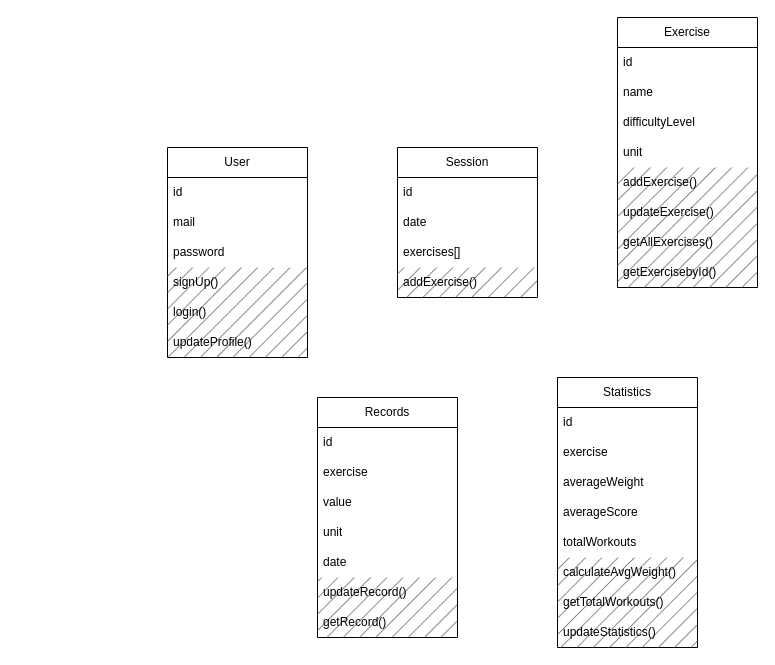
Above: _ressources/UML_diagrams/class.dio in FlorenceBuchelet/workout_diary (draw.io), before the change. Source tidied: cells renumbered, new cells numbered last; positions are measured from the earlier drawing's top-left corner, leaving out a move shared by most shapes. Both pictures are drawn from the tidied source at 100%, with x=0, y=0 at pixel (167, 17).
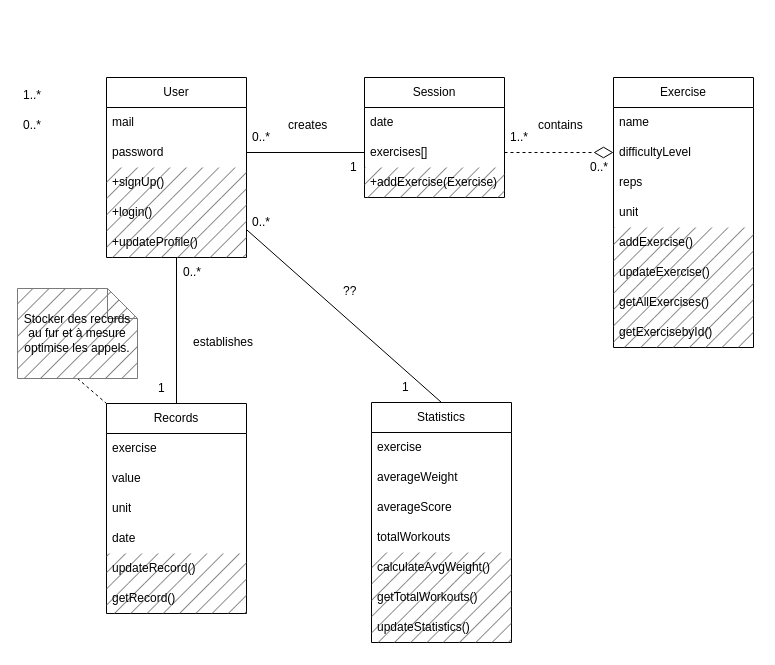
The same diagram, later.

Commit message (it also covers changes not shown here):
work on UML class diagram

The edit, as a diff of the source:
```diff
@@
+    <mxCell id="40" style="edgeStyle=none;html=1;entryX=0.5;entryY=0;entryDx=0;entryDy=0;endArrow=none;endFill=0;" parent="1" edge="1" source="2" target="23">
+      <mxGeometry relative="1" as="geometry" />
+    </mxCell>
+    <mxCell id="41" style="edgeStyle=none;html=1;entryX=0.5;entryY=0;entryDx=0;entryDy=0;endArrow=none;endFill=0;" parent="1" edge="1" source="2" target="31">
+      <mxGeometry relative="1" as="geometry" />
+    </mxCell>
     <mxCell id="2" value="User" style="swimlane;fontStyle=0;horizontal=1;startSize=30;whiteSpace=wrap;html=1;" parent="1" vertex="1">
-      <mxGeometry y="130" width="140" height="210" as="geometry" />
+      <mxGeometry x="-61" y="60" width="140" height="180" as="geometry" />
     </mxCell>
-    <mxCell id="3" value="id" style="text;strokeColor=none;fillColor=none;align=left;verticalAlign=middle;spacingLeft=4;spacingRight=4;overflow=hidden;whiteSpace=wrap;html=1;" parent="2" vertex="1">
-      <mxGeometry y="30" width="140" height="30" as="geometry" />
-    </mxCell>
     <mxCell id="4" value="mail" style="text;strokeColor=none;fillColor=none;align=left;verticalAlign=middle;spacingLeft=4;spacingRight=4;overflow=hidden;whiteSpace=wrap;html=1;" parent="2" vertex="1">
-      <mxGeometry y="60" width="140" height="30" as="geometry" />
+      <mxGeometry y="30" width="140" height="30" as="geometry" />
     </mxCell>
     <mxCell id="5" value="password" style="text;strokeColor=none;fillColor=none;align=left;verticalAlign=middle;spacingLeft=4;spacingRight=4;overflow=hidden;points=[[0,0.5],[1,0.5]];portConstraint=eastwest;whiteSpace=wrap;html=1;" parent="2" vertex="1">
-      <mxGeometry y="90" width="140" height="30" as="geometry" />
+      <mxGeometry y="60" width="140" height="30" as="geometry" />
     </mxCell>
-    <mxCell id="6" value="signUp()" style="text;align=left;verticalAlign=middle;spacingLeft=4;spacingRight=4;overflow=hidden;whiteSpace=wrap;html=1;fillColor=#666666;fillStyle=hatch;" parent="2" vertex="1">
-      <mxGeometry y="120" width="140" height="30" as="geometry" />
+    <mxCell id="6" value="+signUp()" style="text;align=left;verticalAlign=middle;spacingLeft=4;spacingRight=4;overflow=hidden;whiteSpace=wrap;html=1;fillColor=#666666;fillStyle=hatch;" parent="2" vertex="1">
+      <mxGeometry y="90" width="140" height="30" as="geometry" />
     </mxCell>
-    <mxCell id="7" value="login()" style="text;align=left;verticalAlign=middle;spacingLeft=4;spacingRight=4;overflow=hidden;whiteSpace=wrap;html=1;fillColor=#666666;fillStyle=hatch;" parent="2" vertex="1">
-      <mxGeometry y="150" width="140" height="30" as="geometry" />
+    <mxCell id="7" value="+login()" style="text;align=left;verticalAlign=middle;spacingLeft=4;spacingRight=4;overflow=hidden;whiteSpace=wrap;html=1;fillColor=#666666;fillStyle=hatch;" parent="2" vertex="1">
+      <mxGeometry y="120" width="140" height="30" as="geometry" />
     </mxCell>
-    <mxCell id="8" value="updateProfile()" style="text;align=left;verticalAlign=middle;spacingLeft=4;spacingRight=4;overflow=hidden;whiteSpace=wrap;html=1;fillColor=#666666;fillStyle=hatch;" parent="2" vertex="1">
-      <mxGeometry y="180" width="140" height="30" as="geometry" />
+    <mxCell id="8" value="+updateProfile()" style="text;align=left;verticalAlign=middle;spacingLeft=4;spacingRight=4;overflow=hidden;whiteSpace=wrap;html=1;fillColor=#666666;fillStyle=hatch;" parent="2" vertex="1">
+      <mxGeometry y="150" width="140" height="30" as="geometry" />
     </mxCell>
     <mxCell id="9" value="Exercise" style="swimlane;fontStyle=0;horizontal=1;startSize=30;whiteSpace=wrap;html=1;" parent="1" vertex="1">
-      <mxGeometry x="450" width="140" height="270" as="geometry" />
+      <mxGeometry x="446" y="60" width="140" height="270" as="geometry" />
     </mxCell>
-    <mxCell id="10" value="id" style="text;strokeColor=none;fillColor=none;align=left;verticalAlign=middle;spacingLeft=4;spacingRight=4;overflow=hidden;whiteSpace=wrap;html=1;" parent="9" vertex="1">
-      <mxGeometry y="30" width="140" height="30" as="geometry" />
-    </mxCell>
     <mxCell id="11" value="name" style="text;strokeColor=none;fillColor=none;align=left;verticalAlign=middle;spacingLeft=4;spacingRight=4;overflow=hidden;whiteSpace=wrap;html=1;" parent="9" vertex="1">
-      <mxGeometry y="60" width="140" height="30" as="geometry" />
+      <mxGeometry y="30" width="140" height="30" as="geometry" />
     </mxCell>
     <mxCell id="12" value="difficultyLevel" style="text;strokeColor=none;fillColor=none;align=left;verticalAlign=middle;spacingLeft=4;spacingRight=4;overflow=hidden;points=[[0,0.5],[1,0.5]];portConstraint=eastwest;whiteSpace=wrap;html=1;" parent="9" vertex="1">
-      <mxGeometry y="90" width="140" height="30" as="geometry" />
+      <mxGeometry y="60" width="140" height="30" as="geometry" />
     </mxCell>
+    <mxCell id="42" value="reps" style="text;strokeColor=none;fillColor=none;align=left;verticalAlign=middle;spacingLeft=4;spacingRight=4;overflow=hidden;whiteSpace=wrap;html=1;" parent="9" vertex="1">
+      <mxGeometry y="90" width="140" height="30" as="geometry" />
+    </mxCell>
@@
     <mxCell id="18" value="Session" style="swimlane;fontStyle=0;horizontal=1;startSize=30;whiteSpace=wrap;html=1;" parent="1" vertex="1">
-      <mxGeometry x="230" y="130" width="140" height="150" as="geometry" />
+      <mxGeometry x="197" y="60" width="140" height="120" as="geometry" />
     </mxCell>
-    <mxCell id="19" value="id" style="text;strokeColor=none;fillColor=none;align=left;verticalAlign=middle;spacingLeft=4;spacingRight=4;overflow=hidden;whiteSpace=wrap;html=1;" parent="18" vertex="1">
-      <mxGeometry y="30" width="140" height="30" as="geometry" />
-    </mxCell>
     <mxCell id="20" value="date" style="text;strokeColor=none;fillColor=none;align=left;verticalAlign=middle;spacingLeft=4;spacingRight=4;overflow=hidden;whiteSpace=wrap;html=1;" parent="18" vertex="1">
-      <mxGeometry y="60" width="140" height="30" as="geometry" />
+      <mxGeometry y="30" width="140" height="30" as="geometry" />
     </mxCell>
     <mxCell id="21" value="exercises[]" style="text;strokeColor=none;fillColor=none;align=left;verticalAlign=middle;spacingLeft=4;spacingRight=4;overflow=hidden;points=[[0,0.5],[1,0.5]];portConstraint=eastwest;whiteSpace=wrap;html=1;" parent="18" vertex="1">
-      <mxGeometry y="90" width="140" height="30" as="geometry" />
+      <mxGeometry y="60" width="140" height="30" as="geometry" />
     </mxCell>
-    <mxCell id="22" value="addExercise()" style="text;align=left;verticalAlign=middle;spacingLeft=4;spacingRight=4;overflow=hidden;whiteSpace=wrap;html=1;fillColor=#666666;fillStyle=hatch;" parent="18" vertex="1">
-      <mxGeometry y="120" width="140" height="30" as="geometry" />
+    <mxCell id="22" value="+addExercise(Exercise)" style="text;align=left;verticalAlign=middle;spacingLeft=4;spacingRight=4;overflow=hidden;whiteSpace=wrap;html=1;fillColor=#666666;fillStyle=hatch;" parent="18" vertex="1">
+      <mxGeometry y="90" width="140" height="30" as="geometry" />
     </mxCell>
     <mxCell id="23" value="Records" style="swimlane;fontStyle=0;horizontal=1;startSize=30;whiteSpace=wrap;html=1;" parent="1" vertex="1">
-      <mxGeometry x="150" y="380" width="140" height="240" as="geometry" />
+      <mxGeometry x="-61" y="386" width="140" height="210" as="geometry" />
     </mxCell>
-    <mxCell id="24" value="id" style="text;strokeColor=none;fillColor=none;align=left;verticalAlign=middle;spacingLeft=4;spacingRight=4;overflow=hidden;whiteSpace=wrap;html=1;" parent="23" vertex="1">
-      <mxGeometry y="30" width="140" height="30" as="geometry" />
-    </mxCell>
     <mxCell id="25" value="exercise" style="text;strokeColor=none;fillColor=none;align=left;verticalAlign=middle;spacingLeft=4;spacingRight=4;overflow=hidden;whiteSpace=wrap;html=1;" parent="23" vertex="1">
-      <mxGeometry y="60" width="140" height="30" as="geometry" />
+      <mxGeometry y="30" width="140" height="30" as="geometry" />
     </mxCell>
     <mxCell id="26" value="value" style="text;strokeColor=none;fillColor=none;align=left;verticalAlign=middle;spacingLeft=4;spacingRight=4;overflow=hidden;whiteSpace=wrap;html=1;" parent="23" vertex="1">
-      <mxGeometry y="90" width="140" height="30" as="geometry" />
+      <mxGeometry y="60" width="140" height="30" as="geometry" />
     </mxCell>
     <mxCell id="27" value="unit" style="text;strokeColor=none;fillColor=none;align=left;verticalAlign=middle;spacingLeft=4;spacingRight=4;overflow=hidden;whiteSpace=wrap;html=1;" parent="23" vertex="1">
-      <mxGeometry y="120" width="140" height="30" as="geometry" />
+      <mxGeometry y="90" width="140" height="30" as="geometry" />
     </mxCell>
     <mxCell id="28" value="date" style="text;strokeColor=none;fillColor=none;align=left;verticalAlign=middle;spacingLeft=4;spacingRight=4;overflow=hidden;whiteSpace=wrap;html=1;" parent="23" vertex="1">
-      <mxGeometry y="150" width="140" height="30" as="geometry" />
+      <mxGeometry y="120" width="140" height="30" as="geometry" />
     </mxCell>
     <mxCell id="29" value="updateRecord()" style="text;align=left;verticalAlign=middle;spacingLeft=4;spacingRight=4;overflow=hidden;whiteSpace=wrap;html=1;fillColor=#666666;fillStyle=hatch;" parent="23" vertex="1">
-      <mxGeometry y="180" width="140" height="30" as="geometry" />
+      <mxGeometry y="150" width="140" height="30" as="geometry" />
     </mxCell>
     <mxCell id="30" value="getRecord()" style="text;align=left;verticalAlign=middle;spacingLeft=4;spacingRight=4;overflow=hidden;whiteSpace=wrap;html=1;fillColor=#666666;fillStyle=hatch;" parent="23" vertex="1">
-      <mxGeometry y="210" width="140" height="30" as="geometry" />
+      <mxGeometry y="180" width="140" height="30" as="geometry" />
     </mxCell>
     <mxCell id="31" value="Statistics" style="swimlane;fontStyle=0;horizontal=1;startSize=30;whiteSpace=wrap;html=1;" parent="1" vertex="1">
-      <mxGeometry x="390" y="360" width="140" height="270" as="geometry" />
+      <mxGeometry x="204" y="385" width="140" height="240" as="geometry" />
     </mxCell>
-    <mxCell id="32" value="id" style="text;strokeColor=none;fillColor=none;align=left;verticalAlign=middle;spacingLeft=4;spacingRight=4;overflow=hidden;whiteSpace=wrap;html=1;" parent="31" vertex="1">
-      <mxGeometry y="30" width="140" height="30" as="geometry" />
-    </mxCell>
     <mxCell id="33" value="exercise" style="text;strokeColor=none;fillColor=none;align=left;verticalAlign=middle;spacingLeft=4;spacingRight=4;overflow=hidden;whiteSpace=wrap;html=1;" parent="31" vertex="1">
-      <mxGeometry y="60" width="140" height="30" as="geometry" />
+      <mxGeometry y="30" width="140" height="30" as="geometry" />
     </mxCell>
     <mxCell id="34" value="averageWeight" style="text;strokeColor=none;fillColor=none;align=left;verticalAlign=middle;spacingLeft=4;spacingRight=4;overflow=hidden;whiteSpace=wrap;html=1;" parent="31" vertex="1">
-      <mxGeometry y="90" width="140" height="30" as="geometry" />
+      <mxGeometry y="60" width="140" height="30" as="geometry" />
     </mxCell>
     <mxCell id="35" value="averageScore" style="text;strokeColor=none;fillColor=none;align=left;verticalAlign=middle;spacingLeft=4;spacingRight=4;overflow=hidden;whiteSpace=wrap;html=1;" parent="31" vertex="1">
-      <mxGeometry y="120" width="140" height="30" as="geometry" />
+      <mxGeometry y="90" width="140" height="30" as="geometry" />
     </mxCell>
     <mxCell id="36" value="totalWorkouts" style="text;strokeColor=none;fillColor=none;align=left;verticalAlign=middle;spacingLeft=4;spacingRight=4;overflow=hidden;whiteSpace=wrap;html=1;" parent="31" vertex="1">
-      <mxGeometry y="150" width="140" height="30" as="geometry" />
+      <mxGeometry y="120" width="140" height="30" as="geometry" />
     </mxCell>
     <mxCell id="37" value="calculateAvgWeight()" style="text;align=left;verticalAlign=middle;spacingLeft=4;spacingRight=4;overflow=hidden;whiteSpace=wrap;html=1;fillColor=#666666;fillStyle=hatch;" parent="31" vertex="1">
-      <mxGeometry y="180" width="140" height="30" as="geometry" />
+      <mxGeometry y="150" width="140" height="30" as="geometry" />
     </mxCell>
     <mxCell id="38" value="getTotalWorkouts()" style="text;align=left;verticalAlign=middle;spacingLeft=4;spacingRight=4;overflow=hidden;whiteSpace=wrap;html=1;fillColor=#666666;fillStyle=hatch;" parent="31" vertex="1">
-      <mxGeometry y="210" width="140" height="30" as="geometry" />
+      <mxGeometry y="180" width="140" height="30" as="geometry" />
     </mxCell>
     <mxCell id="39" value="updateStatistics()" style="text;align=left;verticalAlign=middle;spacingLeft=4;spacingRight=4;overflow=hidden;whiteSpace=wrap;html=1;fillColor=#666666;fillStyle=hatch;" parent="31" vertex="1">
-      <mxGeometry y="240" width="140" height="30" as="geometry" />
+      <mxGeometry y="210" width="140" height="30" as="geometry" />
     </mxCell>
+    <mxCell id="43" style="edgeStyle=none;html=1;entryX=0;entryY=0.5;entryDx=0;entryDy=0;endArrow=none;endFill=0;" parent="1" edge="1" source="5" target="21">
+      <mxGeometry relative="1" as="geometry" />
+    </mxCell>
+    <mxCell id="44" style="edgeStyle=none;html=1;exitX=1;exitY=0.5;exitDx=0;exitDy=0;entryX=0;entryY=0.5;entryDx=0;entryDy=0;endArrow=diamondThin;endFill=0;dashed=1;strokeWidth=1;startSize=16;jumpSize=5;sourcePerimeterSpacing=10;targetPerimeterSpacing=8;endSize=17;" parent="1" edge="1" source="21" target="12">
+      <mxGeometry relative="1" as="geometry" />
+    </mxCell>
+    <mxCell id="45" style="edgeStyle=none;jumpSize=5;html=1;entryX=0;entryY=0;entryDx=0;entryDy=0;dashed=1;strokeWidth=1;endArrow=none;endFill=0;startSize=16;endSize=17;sourcePerimeterSpacing=10;targetPerimeterSpacing=8;exitX=0.5;exitY=1;exitDx=0;exitDy=0;exitPerimeter=0;" parent="1" edge="1" source="46" target="23">
+      <mxGeometry relative="1" as="geometry" />
+    </mxCell>
+    <mxCell id="46" value="Stocker des records au fur et à mesure optimise les appels." style="shape=note;whiteSpace=wrap;html=1;backgroundOutline=1;darkOpacity=0.05;rounded=0;fillStyle=hatch;strokeColor=#7A7A7A;strokeWidth=1;fillColor=#616161;" parent="1" vertex="1">
+      <mxGeometry x="-150" y="271" width="120" height="90" as="geometry" />
+    </mxCell>
+    <mxCell id="47" value="1..*" style="text;strokeColor=none;fillColor=none;align=left;verticalAlign=middle;spacingLeft=4;spacingRight=4;overflow=hidden;whiteSpace=wrap;html=1;" parent="1" vertex="1">
+      <mxGeometry x="-150" y="63" width="50" height="30" as="geometry" />
+    </mxCell>
+    <mxCell id="48" value="0..*" style="text;strokeColor=none;fillColor=none;align=left;verticalAlign=middle;spacingLeft=4;spacingRight=4;overflow=hidden;whiteSpace=wrap;html=1;" parent="1" vertex="1">
+      <mxGeometry x="79" y="105" width="50" height="30" as="geometry" />
+    </mxCell>
+    <mxCell id="49" value="1..*" style="text;strokeColor=none;fillColor=none;align=left;verticalAlign=middle;spacingLeft=4;spacingRight=4;overflow=hidden;whiteSpace=wrap;html=1;" parent="1" vertex="1">
+      <mxGeometry x="337" y="105" width="50" height="30" as="geometry" />
+    </mxCell>
+    <mxCell id="50" value="0..*" style="text;strokeColor=none;fillColor=none;align=left;verticalAlign=middle;spacingLeft=4;spacingRight=4;overflow=hidden;whiteSpace=wrap;html=1;" parent="1" vertex="1">
+      <mxGeometry x="-150" y="93" width="50" height="30" as="geometry" />
+    </mxCell>
+    <mxCell id="51" value="0..*" style="text;strokeColor=none;fillColor=none;align=left;verticalAlign=middle;spacingLeft=4;spacingRight=4;overflow=hidden;whiteSpace=wrap;html=1;" parent="1" vertex="1">
+      <mxGeometry x="417" y="135" width="50" height="30" as="geometry" />
+    </mxCell>
+    <mxCell id="52" value="1" style="text;strokeColor=none;fillColor=none;align=left;verticalAlign=middle;spacingLeft=4;spacingRight=4;overflow=hidden;whiteSpace=wrap;html=1;" parent="1" vertex="1">
+      <mxGeometry x="177" y="135" width="50" height="30" as="geometry" />
+    </mxCell>
+    <mxCell id="53" value="0..*" style="text;strokeColor=none;fillColor=none;align=left;verticalAlign=middle;spacingLeft=4;spacingRight=4;overflow=hidden;whiteSpace=wrap;html=1;" parent="1" vertex="1">
+      <mxGeometry x="10" y="240" width="50" height="30" as="geometry" />
+    </mxCell>
+    <mxCell id="54" value="0..*" style="text;strokeColor=none;fillColor=none;align=left;verticalAlign=middle;spacingLeft=4;spacingRight=4;overflow=hidden;whiteSpace=wrap;html=1;" parent="1" vertex="1">
+      <mxGeometry x="79" y="190" width="50" height="30" as="geometry" />
+    </mxCell>
+    <mxCell id="55" value="1" style="text;strokeColor=none;fillColor=none;align=left;verticalAlign=middle;spacingLeft=4;spacingRight=4;overflow=hidden;whiteSpace=wrap;html=1;" parent="1" vertex="1">
+      <mxGeometry x="-15" y="356" width="50" height="30" as="geometry" />
+    </mxCell>
+    <mxCell id="56" value="1" style="text;strokeColor=none;fillColor=none;align=left;verticalAlign=middle;spacingLeft=4;spacingRight=4;overflow=hidden;whiteSpace=wrap;html=1;" parent="1" vertex="1">
+      <mxGeometry x="229" y="355" width="50" height="30" as="geometry" />
+    </mxCell>
+    <mxCell id="57" value="creates" style="text;strokeColor=none;fillColor=none;align=left;verticalAlign=middle;spacingLeft=4;spacingRight=4;overflow=hidden;whiteSpace=wrap;html=1;" parent="1" vertex="1">
+      <mxGeometry x="115" y="93" width="50" height="30" as="geometry" />
+    </mxCell>
+    <mxCell id="58" value="contains" style="text;strokeColor=none;fillColor=none;align=left;verticalAlign=middle;spacingLeft=4;spacingRight=4;overflow=hidden;whiteSpace=wrap;html=1;" parent="1" vertex="1">
+      <mxGeometry x="365" y="93" width="60" height="30" as="geometry" />
+    </mxCell>
+    <mxCell id="59" value="establishes" style="text;strokeColor=none;fillColor=none;align=left;verticalAlign=middle;spacingLeft=4;spacingRight=4;overflow=hidden;whiteSpace=wrap;html=1;" parent="1" vertex="1">
+      <mxGeometry x="20" y="310" width="80" height="30" as="geometry" />
+    </mxCell>
+    <mxCell id="60" value="??" style="text;strokeColor=none;fillColor=none;align=left;verticalAlign=middle;spacingLeft=4;spacingRight=4;overflow=hidden;whiteSpace=wrap;html=1;" parent="1" vertex="1">
+      <mxGeometry x="170" y="259" width="50" height="30" as="geometry" />
+    </mxCell>
```
